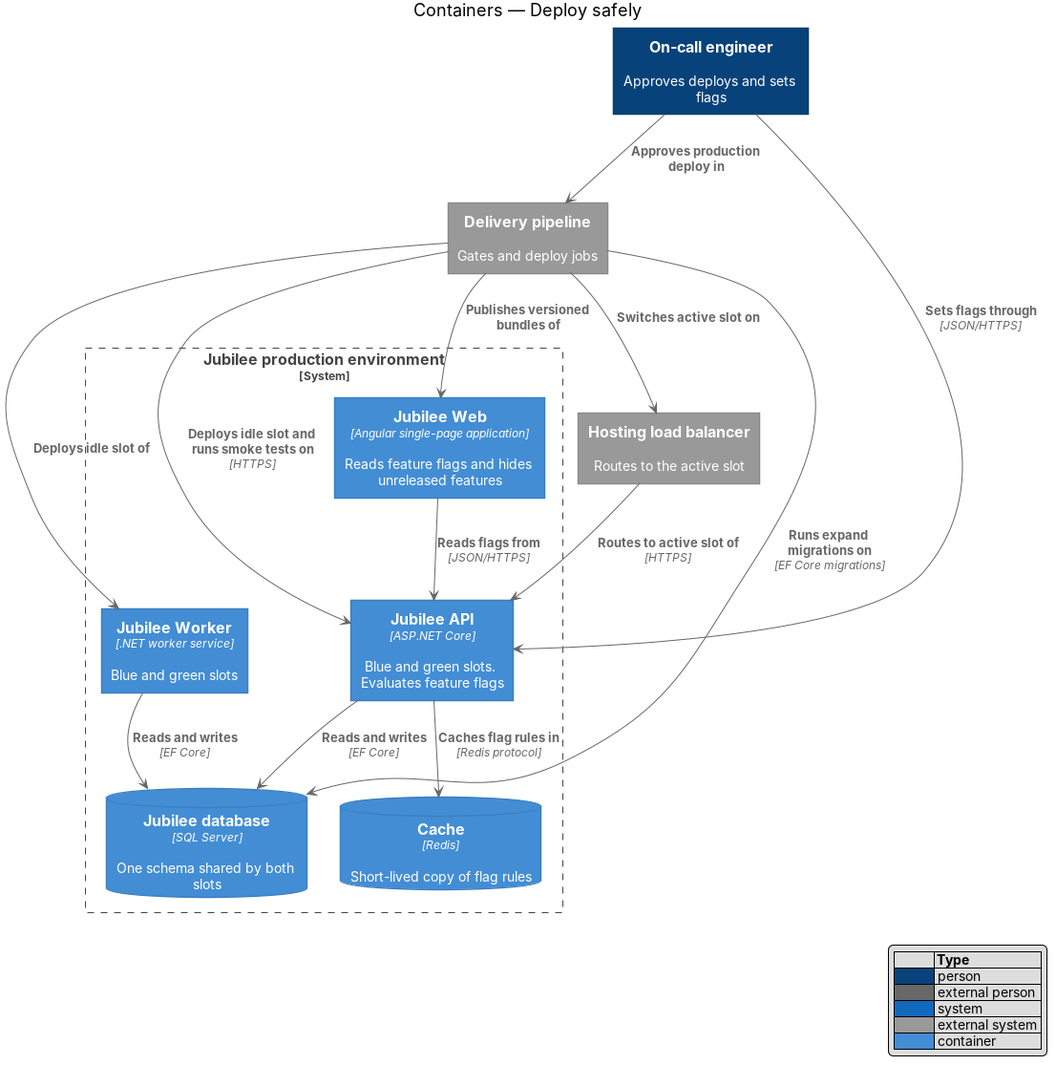
Above: docs/detailed-designs/operations/deploy-safely/diagrams/c4-container.png in QuinntyneBrown/jubilee (PlantUML), before the change. Its source is kept beside it as docs/detailed-designs/verification/work-verification-queue/diagrams/c4-container.puml.
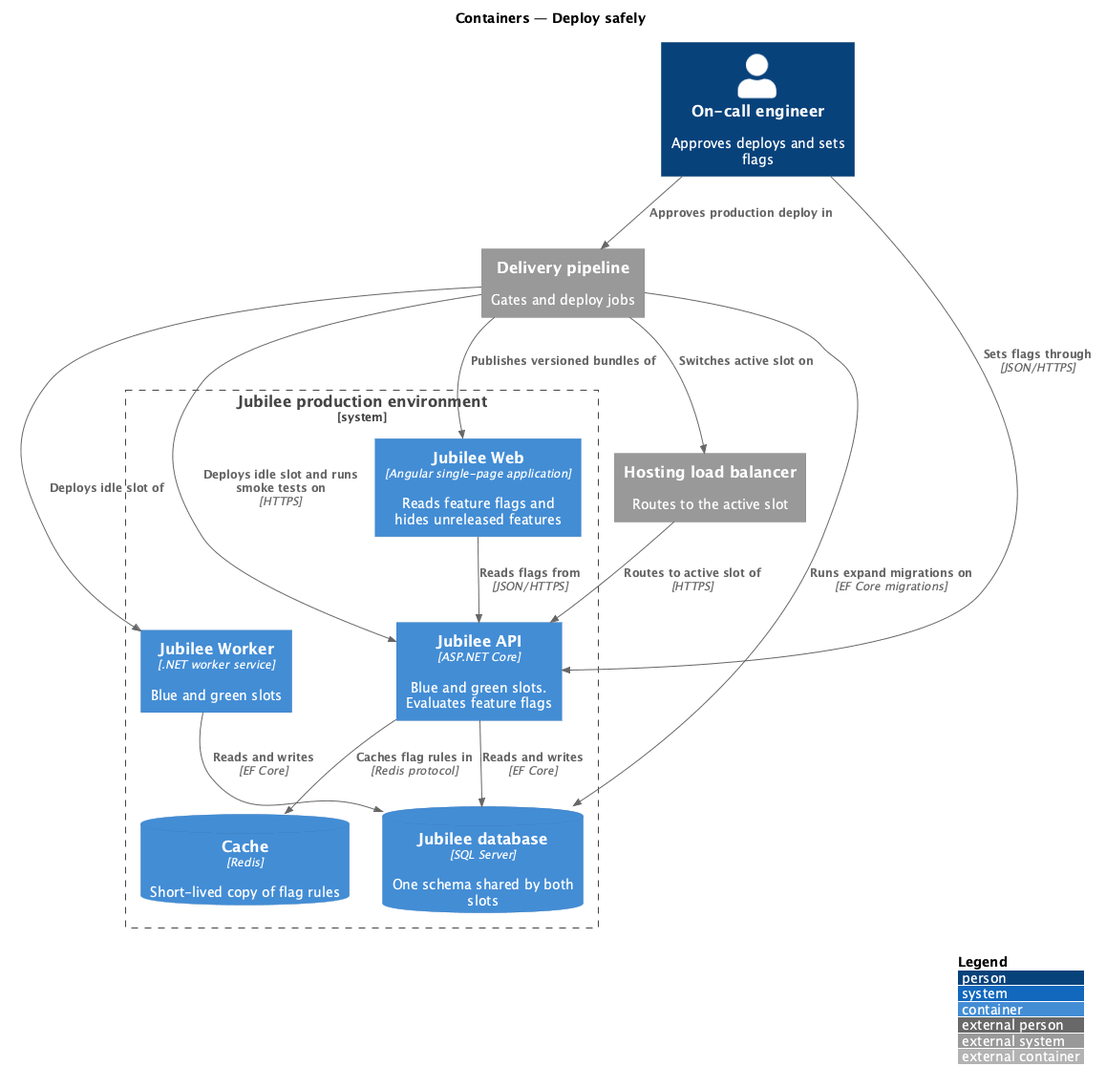
The same diagram one commit later.

Diff of the diagram source:
```diff
@@ -4,13 +4,11 @@
 title Containers — Work the verification queue
 Person(verifier, "Verification team member", "Works the verification queue")
 System_Boundary(jubilee, "Jubilee") {
-  Container(web, "Jubilee Web", "Angular single-page application", "Queue page and top bar count and forbidden page")
-  Container(api, "Jubilee API", "ASP.NET Core", "Admin endpoints under /api/admin with the verifier policy")
-  ContainerDb(db, "Jubilee database", "SQL Server", "Listings and church references and roles and audit entries")
-  ContainerDb(cache, "Cache", "Redis", "Sessions with second factor state and the queue count")
+  Container(web, "Jubilee Admin Web", "Angular single-page application", "Queue page and the admin bar count")
+  Container(api, "Jubilee API", "ASP.NET Core", "Admin endpoints under /api/admin for staff sessions with the verifier role")
+  ContainerDb(db, "Jubilee database", "SQL Server", "Listings - church references - staff accounts and sessions")
 }
 Rel(verifier, web, "Uses", "HTTPS")
 Rel(web, api, "Calls", "JSON/HTTPS")
 Rel(api, db, "Reads and writes", "EF Core")
-Rel(api, cache, "Reads session and caches count", "Redis protocol")
 @enduml
```
